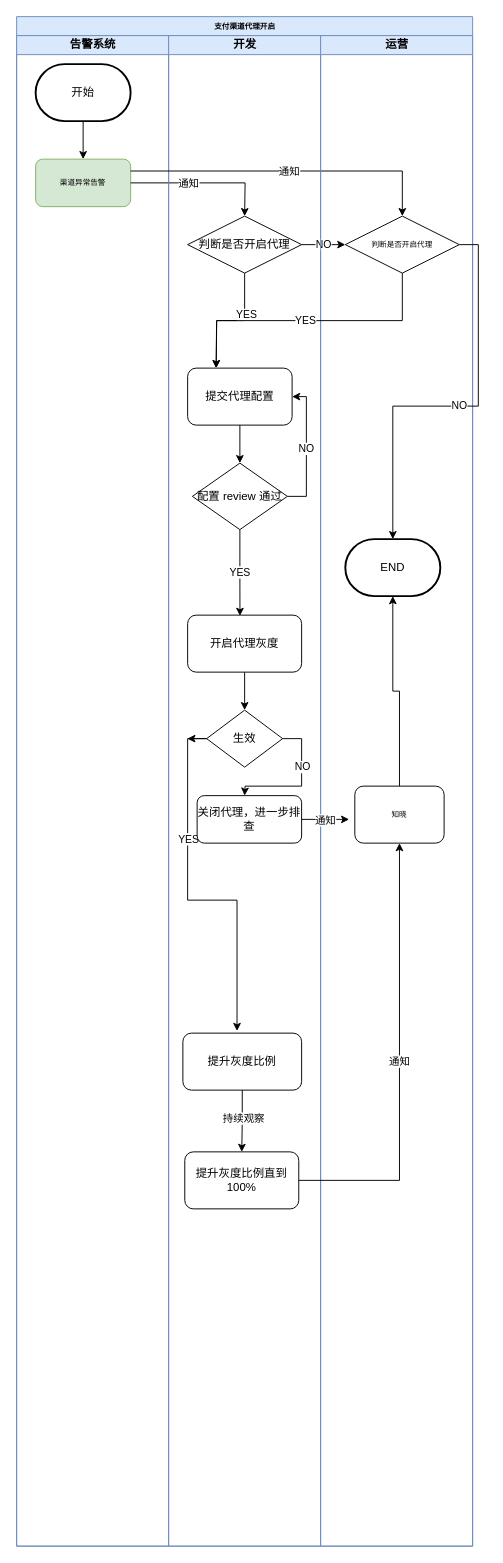
Above: 未命名绘图.drawio in LinHoi/conf (draw.io), before the change. Source tidied: cells renumbered, new cells numbered last; positions are measured from the earlier drawing's top-left corner, leaving out a move shared by most shapes. Both pictures are drawn from the tidied source at 95%, with x=0, y=0 at pixel (16, 16).
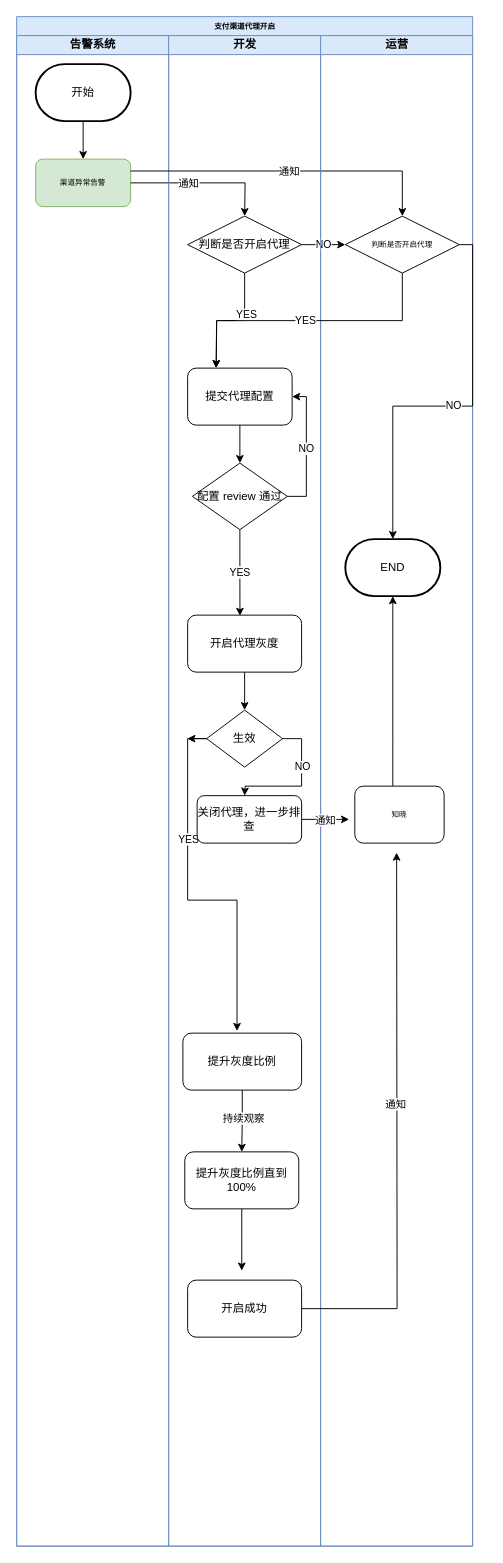
After the change.

Commit message:
更新未命名绘图.drawio

Unchanged cells that the change refers to:
```xml
<mxCell id="2" value="&lt;span style=&quot;font-size: 8px;&quot;&gt;支付渠道代理开启&lt;/span&gt;" style="swimlane;html=1;startSize=20;rounded=0;shadow=0;labelBackgroundColor=none;strokeWidth=1;fontFamily=Verdana;fontSize=8;align=center;fillColor=#dae8fc;strokeColor=#6c8ebf;" parent="1" vertex="1">
  <mxGeometry width="480" height="1610" as="geometry" />
</mxCell>
<mxCell id="9" value="开发" style="swimlane;html=1;startSize=20;fillColor=#dae8fc;strokeColor=#6c8ebf;" parent="2" vertex="1">
  <mxGeometry x="160" y="20" width="160" height="1590" as="geometry" />
</mxCell>
<mxCell id="25" value="提升灰度比例直到100%" style="rounded=1;whiteSpace=wrap;html=1;" parent="9" vertex="1">
  <mxGeometry x="17" y="1175" width="120" height="60" as="geometry" />
</mxCell>
<mxCell id="30" value="运营" style="swimlane;html=1;startSize=20;fillColor=#dae8fc;strokeColor=#6c8ebf;" parent="2" vertex="1">
  <mxGeometry x="320" y="20" width="160" height="1590" as="geometry" />
</mxCell>
<mxCell id="32" value="判断是否开启代理" style="rhombus;whiteSpace=wrap;html=1;shadow=0;fontFamily=Verdana;fontSize=8;fontColor=default;align=center;strokeColor=default;strokeWidth=1;fillColor=default;" parent="30" vertex="1">
  <mxGeometry x="26" y="190" width="120" height="60" as="geometry" />
</mxCell>
<mxCell id="34" value="知晓" style="rounded=1;whiteSpace=wrap;html=1;shadow=0;labelBackgroundColor=none;strokeWidth=1;fontFamily=Verdana;fontSize=8;align=center;" parent="30" vertex="1">
  <mxGeometry x="36" y="790" width="94" height="60" as="geometry" />
</mxCell>
<mxCell id="35" value="END" style="strokeWidth=2;html=1;shape=mxgraph.flowchart.terminator;whiteSpace=wrap;" parent="30" vertex="1">
  <mxGeometry x="26" y="530" width="100" height="60" as="geometry" />
</mxCell>
```

The edit, as a diff of the source:
```diff
@@
+    <mxCell id="44" value="开启成功" style="rounded=1;whiteSpace=wrap;html=1;" parent="9" vertex="1">
+      <mxGeometry x="20" y="1310" width="120" height="60" as="geometry" />
+    </mxCell>
@@
     <mxCell id="31" value="NO" style="edgeStyle=orthogonalEdgeStyle;rounded=0;jettySize=auto;html=1;exitX=1;exitY=0.5;exitDx=0;exitDy=0;shadow=0;" parent="30" edge="1" source="32" target="35">
-      <mxGeometry relative="1" as="geometry" />
+      <mxGeometry relative="1" as="geometry">
+        <Array as="points">
+          <mxPoint x="160" y="220" />
+          <mxPoint x="160" y="390" />
+          <mxPoint x="76" y="390" />
+        </Array>
+      </mxGeometry>
     </mxCell>
@@
     <mxCell id="33" style="edgeStyle=orthogonalEdgeStyle;rounded=0;jettySize=auto;html=1;entryX=0.5;entryY=1;entryDx=0;entryDy=0;entryPerimeter=0;shadow=0;" parent="30" edge="1" source="34" target="35">
-      <mxGeometry relative="1" as="geometry" />
+      <mxGeometry relative="1" as="geometry">
+        <Array as="points">
+          <mxPoint x="76" y="740" />
+          <mxPoint x="76" y="740" />
+        </Array>
+      </mxGeometry>
     </mxCell>
@@
-    <mxCell id="36" value="通知" style="edgeStyle=orthogonalEdgeStyle;rounded=0;jettySize=auto;html=1;exitX=1;exitY=0.5;exitDx=0;exitDy=0;entryX=0.5;entryY=1;entryDx=0;entryDy=0;shadow=0;" parent="2" edge="1" source="25" target="34">
-      <mxGeometry relative="1" as="geometry" />
-    </mxCell>
@@
+    <mxCell id="45" style="edgeStyle=orthogonalEdgeStyle;rounded=0;jettySize=auto;html=1;shadow=0;" parent="1" edge="1" source="25">
+      <mxGeometry relative="1" as="geometry">
+        <mxPoint x="237" y="1320" as="targetPoint" />
+      </mxGeometry>
+    </mxCell>
+    <mxCell id="46" style="edgeStyle=orthogonalEdgeStyle;rounded=0;jettySize=auto;html=1;shadow=0;" parent="1" edge="1" source="44">
+      <mxGeometry relative="1" as="geometry">
+        <mxPoint x="400" y="880" as="targetPoint" />
+      </mxGeometry>
+    </mxCell>
+    <mxCell id="36" value="通知" style="edgeLabel;html=1;align=center;verticalAlign=middle;" parent="46" vertex="1">
+      <mxGeometry x="0.09" y="2" relative="1" as="geometry" />
+    </mxCell>
```
